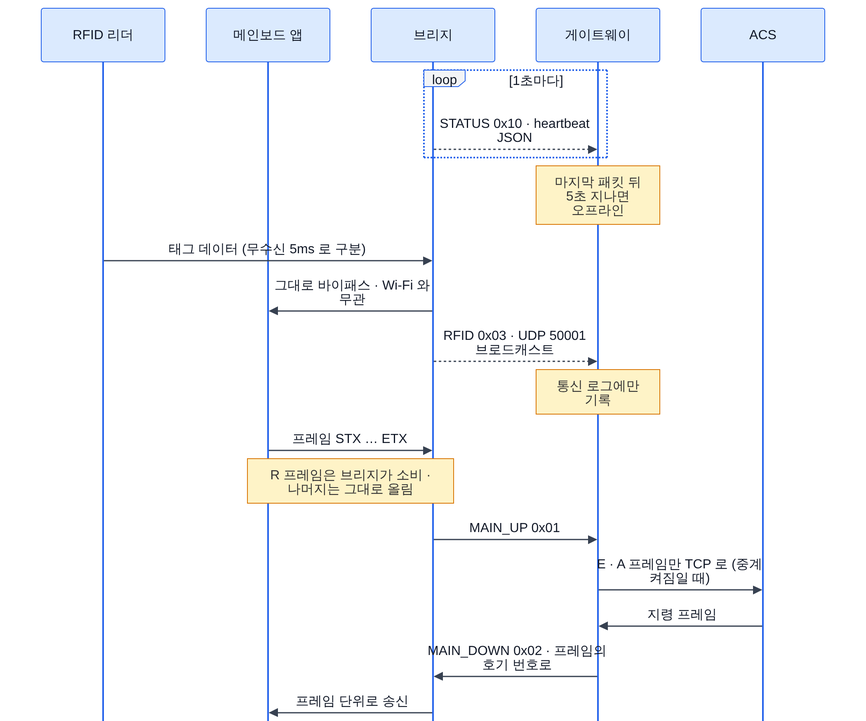
The Mermaid diagram docs/images/diagrams/normal-relay-seq.png in Leepy0/AGV_FOTA_GATEWAY, before a commit. Its source is kept beside it as docs/diagrams/normal-relay-seq.mmd.
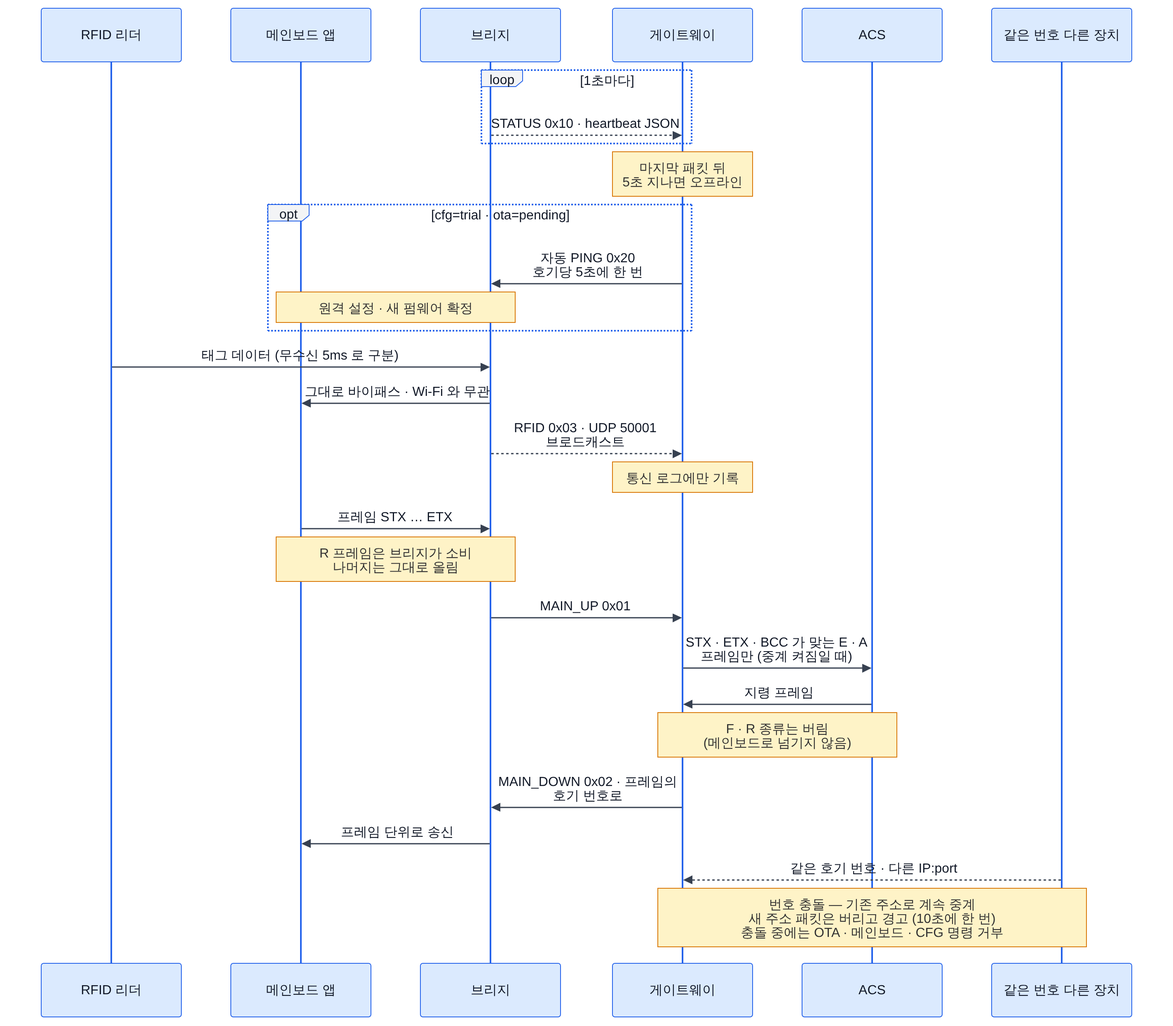
Later version of the same file.

Diff of the diagram source:
```diff
@@ -1,21 +1,30 @@
+%%{init: {"sequence": {"mirrorActors": true, "width": 170, "actorMargin": 60}}}%%
 sequenceDiagram
   participant RF as RFID 리더
   participant APP as 메인보드 앱
   participant ESP as 브리지
   participant GW as 게이트웨이
   participant ACS as ACS
+  participant X as 같은 번호 다른 장치
   loop 1초마다
     ESP-->>GW: STATUS 0x10 · heartbeat JSON
   end
-  Note over GW: 마지막 패킷 뒤 5초 지나면 오프라인
+  Note over GW: 마지막 패킷 뒤<br/>5초 지나면 오프라인
+  opt cfg=trial · ota=pending
+    GW->>ESP: 자동 PING 0x20<br/>호기당 5초에 한 번
+    Note over APP,ESP: 원격 설정 · 새 펌웨어 확정
+  end
   RF->>ESP: 태그 데이터 (무수신 5ms 로 구분)
   ESP->>APP: 그대로 바이패스 · Wi-Fi 와 무관
   ESP-->>GW: RFID 0x03 · UDP 50001 브로드캐스트
   Note over GW: 통신 로그에만 기록
   APP->>ESP: 프레임 STX … ETX
-  Note over APP,ESP: R 프레임은 브리지가 소비 · 나머지는 그대로 올림
+  Note over APP,ESP: R 프레임은 브리지가 소비<br/>나머지는 그대로 올림
   ESP->>GW: MAIN_UP 0x01
-  GW->>ACS: E · A 프레임만 TCP 로 (중계 켜짐일 때)
+  GW->>ACS: STX · ETX · BCC 가 맞는 E · A 프레임만 (중계 켜짐일 때)
   ACS->>GW: 지령 프레임
+  Note over GW,ACS: F · R 종류는 버림<br/>(메인보드로 넘기지 않음)
   GW->>ESP: MAIN_DOWN 0x02 · 프레임의 호기 번호로
   ESP->>APP: 프레임 단위로 송신
+  X-->>GW: 같은 호기 번호 · 다른 IP:port
+  Note over GW,X: 번호 충돌 — 기존 주소로 계속 중계<br/>새 주소 패킷은 버리고 경고 (10초에 한 번)<br/>충돌 중에는 OTA · 메인보드 · CFG 명령 거부
```
